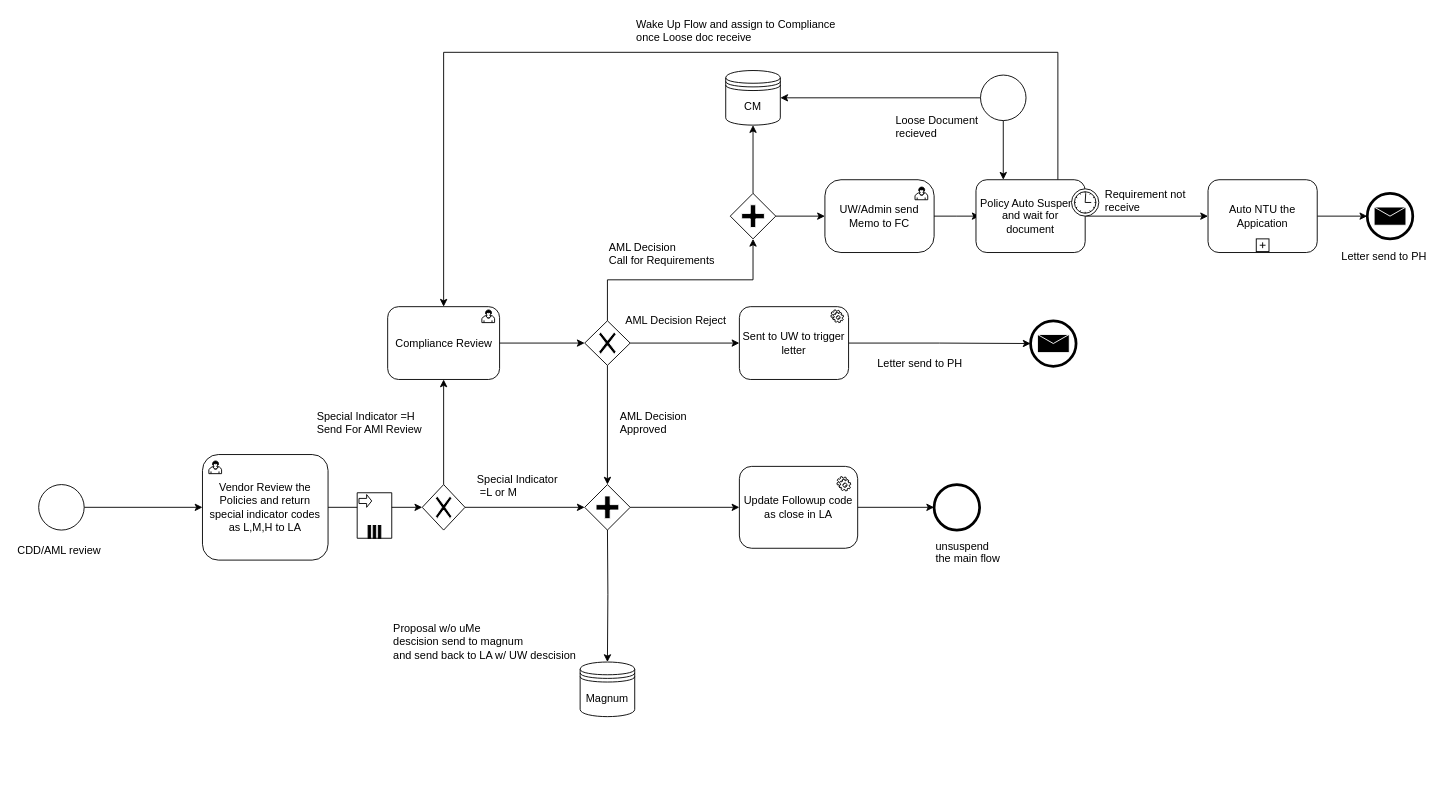
Before: page "AML" (6 of 7) of Untitled Diagram.drawio in Jefferzonlee/WorkFlow-BPR, a draw.io diagram. Source tidied: cells renumbered, new cells numbered last; positions are measured from the earlier drawing's top-left corner, leaving out a move shared by most shapes. Both pictures are drawn from the tidied source at 91%, with x=0, y=0 at pixel (15, 15).
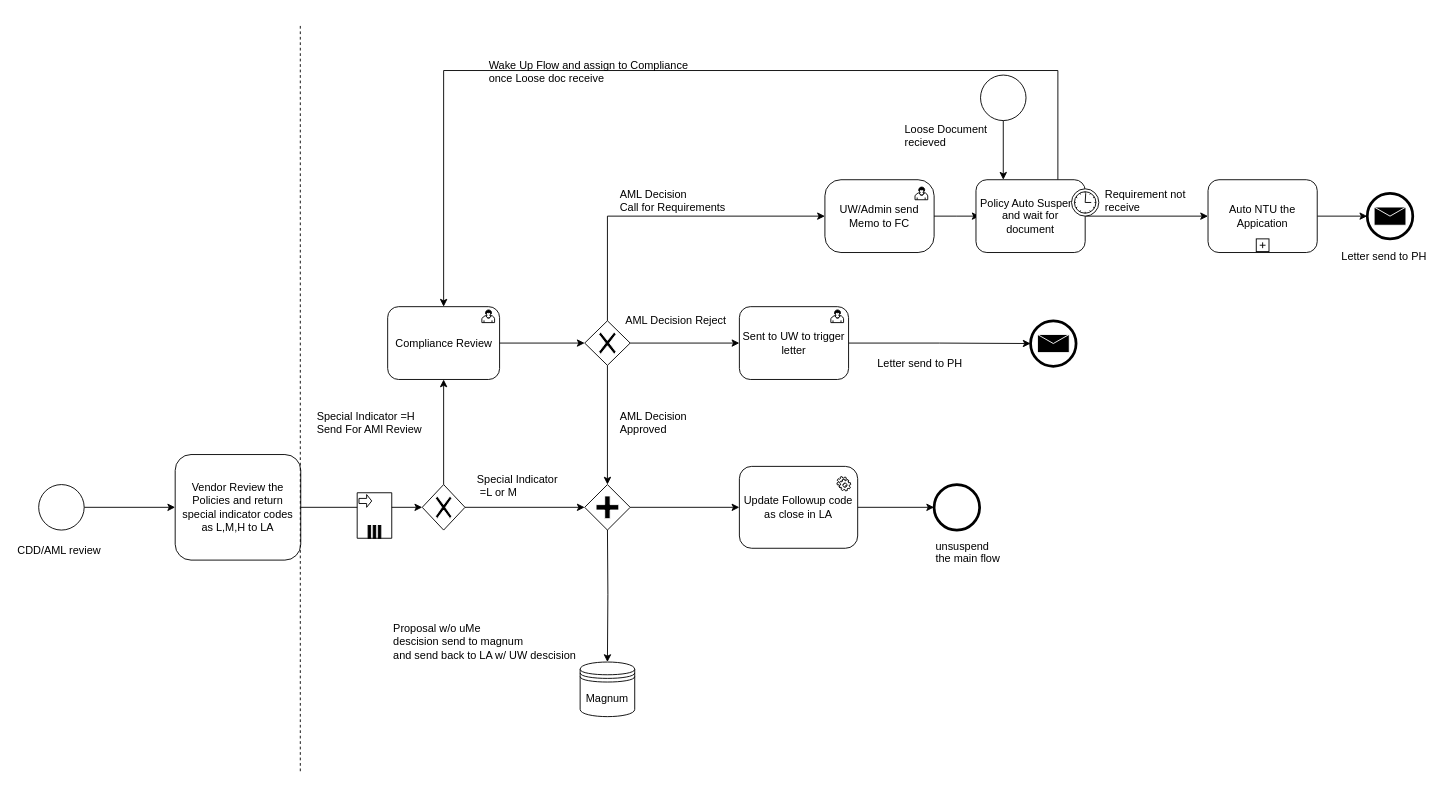
After the change.

Unchanged cells that the change refers to:
```xml
<mxCell id="14" value="Compliance Review" style="shape=ext;rounded=1;html=1;whiteSpace=wrap;" parent="1" vertex="1">
  <mxGeometry x="408.5" y="319.5" width="123" height="80" as="geometry" />
</mxCell>
<mxCell id="17" value="UW/Admin send Memo to FC&lt;br&gt;" style="shape=ext;rounded=1;html=1;whiteSpace=wrap;arcSize=22;" parent="1" vertex="1">
  <mxGeometry x="889" y="180" width="120" height="80" as="geometry" />
</mxCell>
<mxCell id="28" style="shape=mxgraph.bpmn.shape;html=1;verticalLabelPosition=bottom;labelBackgroundColor=#ffffff;verticalAlign=top;align=center;perimeter=rhombusPerimeter;background=gateway;outlineConnect=0;outline=none;symbol=exclusiveGw;" parent="1" vertex="1">
  <mxGeometry x="625" y="335" width="50" height="49" as="geometry" />
</mxCell>
<mxCell id="48" style="shape=mxgraph.bpmn.shape;html=1;verticalLabelPosition=bottom;labelBackgroundColor=#ffffff;verticalAlign=top;align=center;perimeter=ellipsePerimeter;outlineConnect=0;outline=standard;symbol=general;" parent="1" vertex="1">
  <mxGeometry x="1060" y="65" width="50" height="50" as="geometry" />
</mxCell>
<mxCell id="53" value="Policy Auto Suspend and wait for document" style="html=1;whiteSpace=wrap;rounded=1;" parent="1" vertex="1">
  <mxGeometry x="1055" y="180" width="120" height="80" as="geometry" />
</mxCell>
```

The edit, as a diff of the source:
```diff
@@
     <mxCell id="11" value="Vendor Review the Policies and return special indicator codes as L,M,H to LA" style="html=1;whiteSpace=wrap;rounded=1;" parent="1" vertex="1">
-      <mxGeometry x="205" y="482" width="138" height="116" as="geometry" />
+      <mxGeometry x="175" y="482" width="138" height="116" as="geometry" />
     </mxCell>
-    <mxCell id="12" style="html=1;shape=mxgraph.bpmn.user_task;" parent="11" vertex="1">
-      <mxGeometry width="14" height="14" relative="1" as="geometry">
-        <mxPoint x="7" y="7" as="offset" />
-      </mxGeometry>
-    </mxCell>
-    <mxCell id="13" style="edgeStyle=orthogonalEdgeStyle;rounded=0;jettySize=auto;html=1;exitX=0.5;exitY=0;exitDx=0;exitDy=0;" parent="1" edge="1" source="28" target="25">
+    <mxCell id="13" style="edgeStyle=orthogonalEdgeStyle;rounded=0;jettySize=auto;html=1;exitX=0.5;exitY=0;exitDx=0;exitDy=0;entryX=0;entryY=0.5;entryDx=0;entryDy=0;" parent="1" edge="1" source="28" target="17">
       <mxGeometry relative="1" as="geometry" />
     </mxCell>
@@
-    <mxCell id="15" style="edgeStyle=orthogonalEdgeStyle;rounded=0;jettySize=auto;html=1;entryX=0;entryY=0.5;entryDx=0;entryDy=0;exitX=1;exitY=0.5;exitDx=0;exitDy=0;" parent="1" edge="1" source="25" target="17">
-      <mxGeometry relative="1" as="geometry" />
-    </mxCell>
@@
     <mxCell id="19" value="AML Decision&amp;nbsp;&lt;br&gt;Call for Requirements&lt;br&gt;" style="text;html=1;align=left;verticalAlign=top;spacingTop=-4;" parent="1" vertex="1">
-      <mxGeometry x="650" y="245" width="130" height="30" as="geometry" />
+      <mxGeometry x="662" y="187" width="130" height="30" as="geometry" />
     </mxCell>
-    <mxCell id="20" style="edgeStyle=orthogonalEdgeStyle;rounded=0;jettySize=auto;html=1;exitX=0.5;exitY=0;exitDx=0;exitDy=0;" parent="1" edge="1" source="25" target="21">
-      <mxGeometry relative="1" as="geometry" />
-    </mxCell>
-    <mxCell id="21" value="CM" style="shape=datastore;whiteSpace=wrap;html=1;" parent="1" vertex="1">
-      <mxGeometry x="780" y="60" width="60" height="60" as="geometry" />
-    </mxCell>
@@
-    <mxCell id="25" style="shape=mxgraph.bpmn.shape;html=1;verticalLabelPosition=bottom;labelBackgroundColor=#ffffff;verticalAlign=top;align=center;perimeter=rhombusPerimeter;background=gateway;outlineConnect=0;outline=none;symbol=parallelGw;" parent="1" vertex="1">
-      <mxGeometry x="785" y="195" width="50" height="50" as="geometry" />
-    </mxCell>
@@
-    <mxCell id="43" style="shape=mxgraph.bpmn.service_task;html=1;" parent="1" vertex="1">
-      <mxGeometry x="895.5" y="323" width="14" height="14" as="geometry" />
-    </mxCell>
@@
-    <mxCell id="47" style="edgeStyle=orthogonalEdgeStyle;rounded=0;jettySize=auto;html=1;" parent="1" edge="1" source="48" target="21">
-      <mxGeometry relative="1" as="geometry" />
-    </mxCell>
@@
     <mxCell id="49" value="Loose Document &lt;br&gt;recieved" style="text;html=1;align=left;verticalAlign=top;spacingTop=-4;" parent="1" vertex="1">
-      <mxGeometry x="965" y="105" width="110" height="30" as="geometry" />
+      <mxGeometry x="975" y="115" width="110" height="30" as="geometry" />
     </mxCell>
@@
     <mxCell id="51" style="edgeStyle=orthogonalEdgeStyle;rounded=0;jettySize=auto;html=1;exitX=0.75;exitY=0;exitDx=0;exitDy=0;entryX=0.5;entryY=0;entryDx=0;entryDy=0;" parent="1" edge="1" source="53" target="14">
       <mxGeometry relative="1" as="geometry">
         <Array as="points">
-          <mxPoint x="1145" y="40" />
-          <mxPoint x="470" y="40" />
+          <mxPoint x="1145" y="60" />
+          <mxPoint x="470" y="60" />
         </Array>
       </mxGeometry>
     </mxCell>
@@
     <mxCell id="55" value="Wake Up Flow and assign to Compliance&lt;br&gt;once Loose doc receive&lt;br&gt;" style="text;html=1;align=left;verticalAlign=top;spacingTop=-4;" parent="1" vertex="1">
-      <mxGeometry x="679.5" width="230" height="30" as="geometry" />
+      <mxGeometry x="518" y="45" width="230" height="30" as="geometry" />
     </mxCell>
@@
+    <mxCell id="63" style="endArrow=none;dashed=1;html=1;" parent="1" edge="1">
+      <mxGeometry relative="1" as="geometry">
+        <mxPoint x="312.5" y="830" as="sourcePoint" />
+        <mxPoint x="312.5" y="10" as="targetPoint" />
+      </mxGeometry>
+    </mxCell>
+    <mxCell id="64" style="html=1;shape=mxgraph.bpmn.user_task;" parent="1" vertex="1">
+      <mxGeometry x="895.5" y="323" width="14" height="14" as="geometry">
+        <mxPoint x="7" y="7" as="offset" />
+      </mxGeometry>
+    </mxCell>
```
